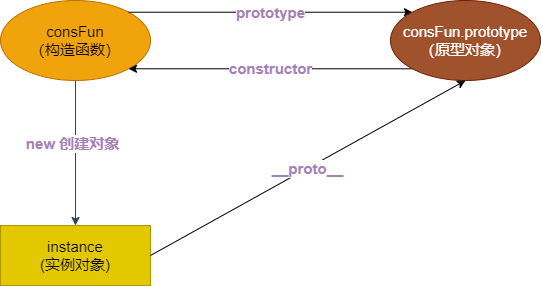
Before: 未命名绘图.drawio.png, a diagram exported from draw.io (arrayListTwo/draw). Source tidied: cells renumbered, new cells last; positions are measured from the earlier drawing's top-left corner, leaving out a move shared by most shapes.
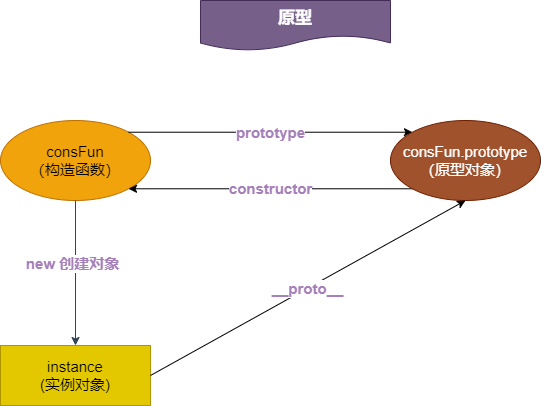
After the change.

The edit, as a diff of the source:
```diff
@@ -26,5 +26,8 @@
     <mxCell id="9" value="&lt;b&gt;__proto__&lt;/b&gt;" style="endArrow=classic;html=1;rounded=0;fontSize=15;fontColor=#A680B8;exitX=1;exitY=0.5;exitDx=0;exitDy=0;entryX=0.5;entryY=1;entryDx=0;entryDy=0;" parent="1" edge="1" source="3" target="8">
       <mxGeometry relative="1" as="geometry" />
     </mxCell>
+    <mxCell id="10" value="&lt;b&gt;&lt;font style=&quot;font-size: 17px;&quot;&gt;原型&lt;/font&gt;&lt;/b&gt;" style="shape=document;whiteSpace=wrap;html=1;boundedLbl=1;fillStyle=auto;fontSize=15;fontColor=#ffffff;fillColor=#76608a;strokeColor=#432D57;" parent="1" vertex="1">
+      <mxGeometry x="200" y="-120" width="190" height="50" as="geometry" />
+    </mxCell>
   </root>
 </mxGraphModel>
```
